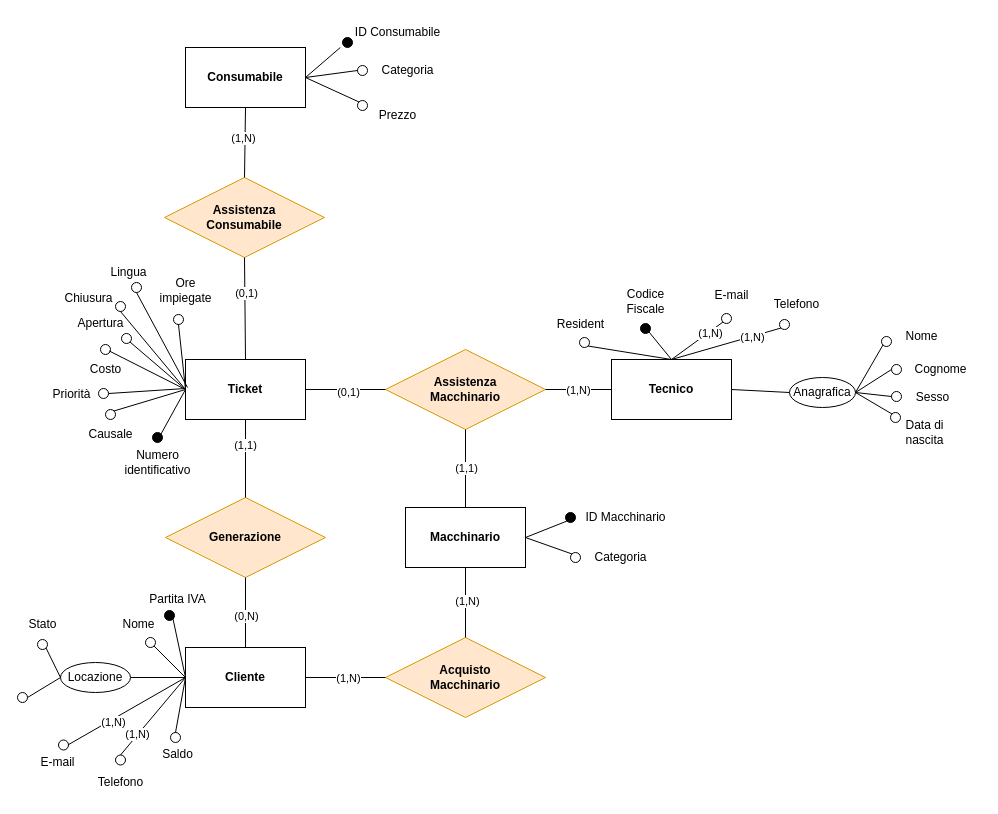
Before: Diagrammi/generalizzazione2.drawio in fedeStaffo/Progetto_Basi_di_dati, a draw.io diagram. Source tidied: cells renumbered, new cells numbered last; positions are measured from the earlier drawing's top-left corner, leaving out a move shared by most shapes. Both pictures are drawn from the tidied source at 100%, with x=0, y=0 at pixel (17, 17).
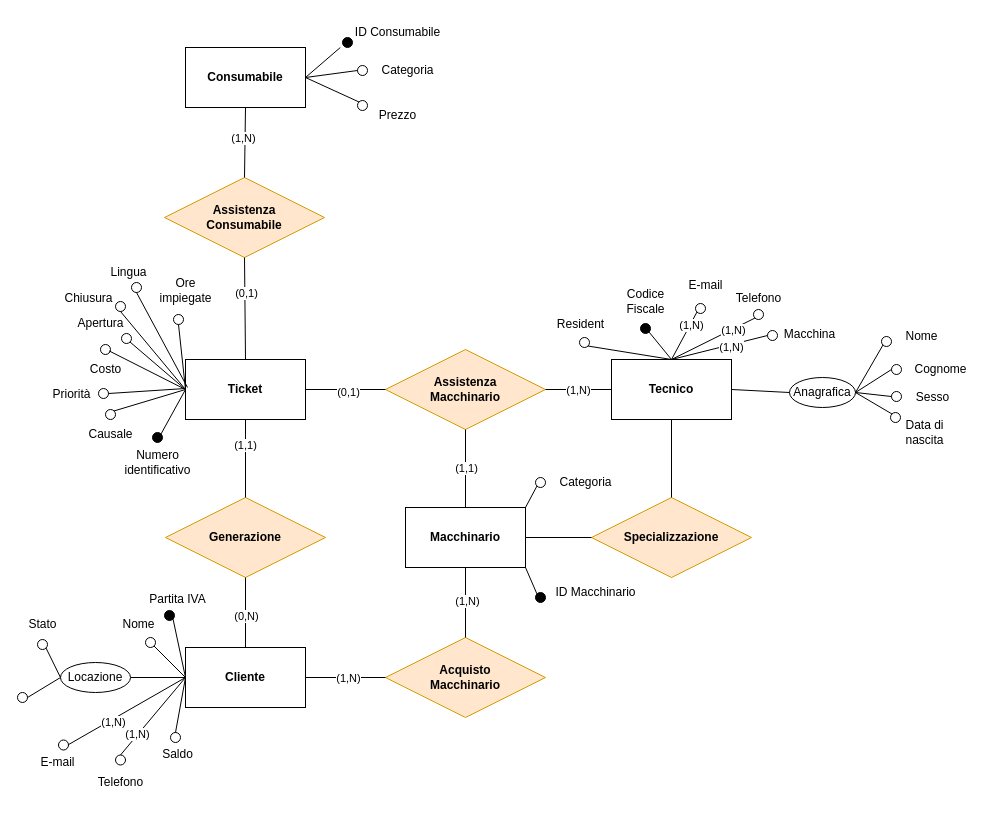
The same page after the edit.

Unchanged cells that the change refers to:
```xml
<mxCell id="4" value="&lt;b&gt;Tecnico&lt;/b&gt;" style="rounded=0;whiteSpace=wrap;html=1;" parent="1" vertex="1">
  <mxGeometry x="594" y="342" width="120" height="60" as="geometry" />
</mxCell>
<mxCell id="20" value="&lt;b&gt;Macchinario&lt;/b&gt;" style="rounded=0;whiteSpace=wrap;html=1;" parent="1" vertex="1">
  <mxGeometry x="388" y="490" width="120" height="60" as="geometry" />
</mxCell>
```

Change to the diagram source:
```diff
@@
     <mxCell id="14" style="ellipse;whiteSpace=wrap;html=1;" parent="1" vertex="1">
-      <mxGeometry x="553" y="535" width="10" height="10" as="geometry" />
+      <mxGeometry x="518" y="460" width="10" height="10" as="geometry" />
     </mxCell>
     <mxCell id="15" style="ellipse;whiteSpace=wrap;html=1;fillColor=#000000;" parent="1" vertex="1">
-      <mxGeometry x="548" y="495" width="10" height="10" as="geometry" />
+      <mxGeometry x="518" y="575" width="10" height="10" as="geometry" />
     </mxCell>
     <mxCell id="16" value="ID Macchinario" style="text;html=1;align=center;verticalAlign=middle;strokeColor=none;fillColor=none;" parent="1" vertex="1">
-      <mxGeometry x="558" y="485" width="100" height="30" as="geometry" />
+      <mxGeometry x="528" y="560" width="100" height="30" as="geometry" />
     </mxCell>
     <mxCell id="17" value="Categoria" style="text;html=1;align=center;verticalAlign=middle;strokeColor=none;fillColor=none;" parent="1" vertex="1">
-      <mxGeometry x="563" y="525" width="80" height="30" as="geometry" />
+      <mxGeometry x="528" y="450" width="80" height="30" as="geometry" />
     </mxCell>
@@
     <mxCell id="34" style="ellipse;whiteSpace=wrap;html=1;" parent="1" vertex="1">
-      <mxGeometry x="704" y="296" width="10" height="10" as="geometry" />
+      <mxGeometry x="678" y="286" width="10" height="10" as="geometry" />
     </mxCell>
     <mxCell id="35" value="E-mail" style="text;html=1;align=center;verticalAlign=middle;strokeColor=none;fillColor=none;" parent="1" vertex="1">
-      <mxGeometry x="684" y="263" width="60" height="30" as="geometry" />
+      <mxGeometry x="658" y="253" width="60" height="30" as="geometry" />
     </mxCell>
     <mxCell id="36" value="Telefono" style="text;html=1;align=center;verticalAlign=middle;strokeColor=none;fillColor=none;" parent="1" vertex="1">
-      <mxGeometry x="744" y="271.5" width="70" height="30" as="geometry" />
+      <mxGeometry x="706" y="266" width="70" height="30" as="geometry" />
     </mxCell>
     <mxCell id="37" style="ellipse;whiteSpace=wrap;html=1;" parent="1" vertex="1">
-      <mxGeometry x="762" y="302" width="10" height="10" as="geometry" />
+      <mxGeometry x="736" y="292" width="10" height="10" as="geometry" />
     </mxCell>
@@
-    <mxCell id="110" style="endArrow=none;html=1;rounded=0;entryX=0;entryY=1;entryDx=0;entryDy=0;exitX=1;exitY=0.5;exitDx=0;exitDy=0;" parent="1" edge="1" source="20" target="15">
-      <mxGeometry relative="1" as="geometry" />
-    </mxCell>
-    <mxCell id="111" style="endArrow=none;html=1;rounded=0;entryX=0;entryY=0;entryDx=0;entryDy=0;exitX=1;exitY=0.5;exitDx=0;exitDy=0;" parent="1" edge="1" source="20" target="14">
-      <mxGeometry relative="1" as="geometry" />
-    </mxCell>
@@
+    <mxCell id="120" style="ellipse;whiteSpace=wrap;html=1;" parent="1" vertex="1">
+      <mxGeometry x="750" y="313" width="10" height="10" as="geometry" />
+    </mxCell>
+    <mxCell id="121" value="Macchina" style="text;html=1;align=center;verticalAlign=middle;strokeColor=none;fillColor=none;" parent="1" vertex="1">
+      <mxGeometry x="757" y="304" width="69" height="26" as="geometry" />
+    </mxCell>
+    <mxCell id="122" style="endArrow=none;html=1;rounded=0;exitX=0.5;exitY=0;exitDx=0;exitDy=0;entryX=0;entryY=0.5;entryDx=0;entryDy=0;" parent="1" edge="1" source="4" target="120">
+      <mxGeometry relative="1" as="geometry" />
+    </mxCell>
+    <mxCell id="123" value="(1,N)" style="edgeLabel;html=1;align=center;verticalAlign=middle;" parent="122" vertex="1">
+      <mxGeometry x="-0.2" relative="1" as="geometry">
+        <mxPoint x="21" y="-3" as="offset" />
+      </mxGeometry>
+    </mxCell>
+    <mxCell id="124" value="&lt;b&gt;Specializzazione&lt;br&gt;&lt;/b&gt;" style="rhombus;whiteSpace=wrap;html=1;fillColor=#ffe6cc;strokeColor=#d79b00;" parent="1" vertex="1">
+      <mxGeometry x="574" y="480" width="160" height="80" as="geometry" />
+    </mxCell>
+    <mxCell id="125" style="endArrow=none;html=1;rounded=0;exitX=1;exitY=0.5;exitDx=0;exitDy=0;entryX=0;entryY=0.5;entryDx=0;entryDy=0;" parent="1" edge="1" source="20" target="124">
+      <mxGeometry relative="1" as="geometry" />
+    </mxCell>
+    <mxCell id="126" style="endArrow=none;html=1;rounded=0;entryX=0.5;entryY=1;entryDx=0;entryDy=0;exitX=0.5;exitY=0;exitDx=0;exitDy=0;" parent="1" edge="1" source="124" target="4">
+      <mxGeometry relative="1" as="geometry" />
+    </mxCell>
+    <mxCell id="111" style="endArrow=none;html=1;rounded=0;exitX=1;exitY=0;exitDx=0;exitDy=0;entryX=0;entryY=1;entryDx=0;entryDy=0;" parent="1" edge="1" source="20" target="14">
+      <mxGeometry relative="1" as="geometry" />
+    </mxCell>
+    <mxCell id="110" style="endArrow=none;html=1;rounded=0;exitX=1;exitY=1;exitDx=0;exitDy=0;entryX=0;entryY=0;entryDx=0;entryDy=0;" parent="1" edge="1" source="20" target="15">
+      <mxGeometry relative="1" as="geometry" />
+    </mxCell>
```
